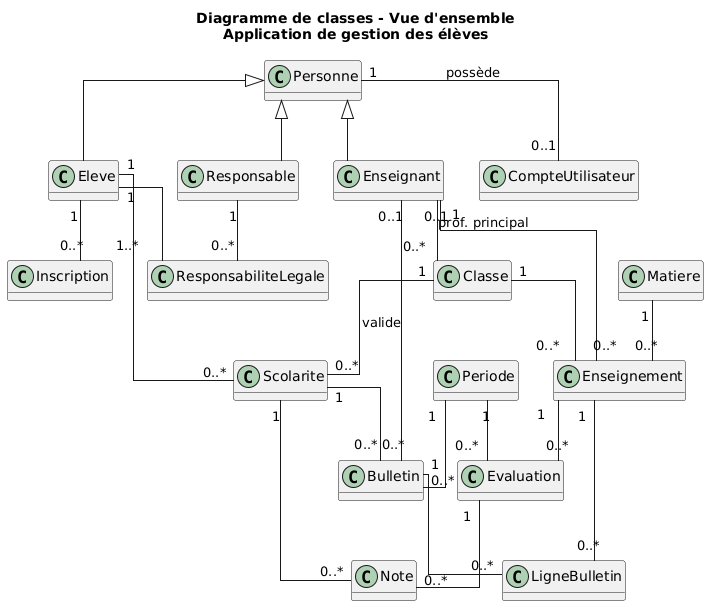
Earlier version of the PlantUML export docs/uml/diagramme-classes-overview.png (Florian2524/gestion-eleves).
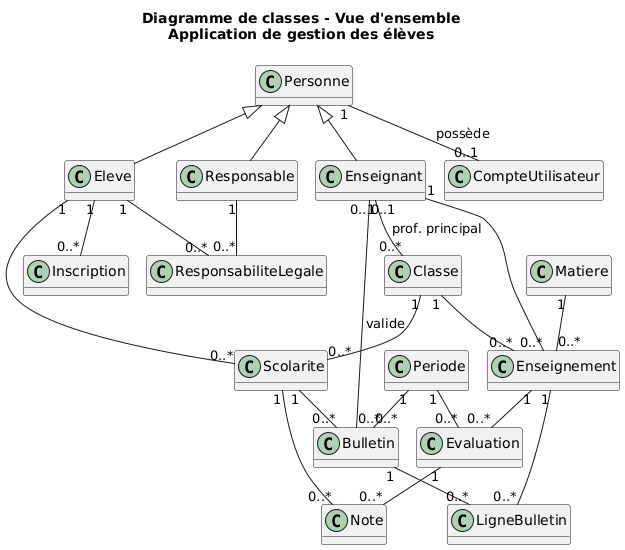
After the change.

What changed in the source:
```diff
@@ -1,4 +1,5 @@
 @startuml
+!pragma layout smetana
 title Diagramme de classes - Vue d'ensemble\nApplication de gestion des élèves
 
 top to bottom direction
@@ -31,7 +32,7 @@
 Personne "1" -- "0..1" CompteUtilisateur : possède
 
 Responsable "1" -- "0..*" ResponsabiliteLegale
-Eleve "1" -- "1..*" ResponsabiliteLegale
+Eleve "1" -- "0..*" ResponsabiliteLegale
 
 Eleve "1" -- "0..*" Inscription
 Eleve "1" -- "0..*" Scolarite
@@ -55,4 +56,5 @@
 
 Bulletin "1" -- "0..*" LigneBulletin
 Enseignement "1" -- "0..*" LigneBulletin
+
 @enduml
```
